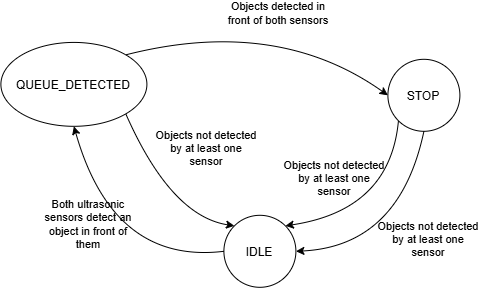
This is traffic-congestion-prevention/docs/TrafficCongestionPreventionFSMDiagram.drawio.png from jsoria4/Smart-Campus-Parking-System, a draw.io export, as it was before one commit. Source tidied: cells renumbered, new cells last; positions are measured from the earlier drawing's top-left corner, leaving out a move shared by most shapes. Its diagram source:
```xml
<mxGraphModel background="light-dark(#FFFFFF,#FFFFFF)">
  <root>
    <mxCell id="0" />
    <mxCell id="1" parent="0" />
    <mxCell id="2" value="&lt;span style=&quot;color: light-dark(rgb(0, 0, 0), rgb(0, 0, 0));&quot;&gt;IDLE&lt;/span&gt;" style="ellipse;whiteSpace=wrap;html=1;shapeInside=1;fillColor=none;fillStyle=solid;strokeColor=light-dark(#000000,#000000);strokeWidth=1;" parent="1" vertex="1">
      <mxGeometry x="223" y="199" width="72" height="72" as="geometry" />
    </mxCell>
    <mxCell id="3" value="&lt;span style=&quot;color: light-dark(rgb(0, 0, 0), rgb(0, 0, 0));&quot;&gt;STOP&lt;/span&gt;" style="ellipse;whiteSpace=wrap;html=1;shapeInside=1;fillColor=none;fillStyle=solid;strokeColor=light-dark(#000000,#000000);strokeWidth=1;" parent="1" vertex="1">
      <mxGeometry x="387" y="43" width="72" height="72" as="geometry" />
    </mxCell>
    <mxCell id="4" value="&lt;span style=&quot;color: light-dark(rgb(0, 0, 0), rgb(0, 0, 0));&quot;&gt;QUEUE_DETECTED&lt;/span&gt;" style="ellipse;whiteSpace=wrap;html=1;shapeInside=1;fillColor=none;fillStyle=solid;strokeColor=light-dark(#000000,#000000);strokeWidth=1;" parent="1" vertex="1">
      <mxGeometry y="26.1" width="146" height="83.9" as="geometry" />
    </mxCell>
    <mxCell id="5" style="curved=1;endArrow=classic;html=1;rounded=0;exitX=0;exitY=0.5;exitDx=0;exitDy=0;strokeColor=light-dark(#000000,#000000);entryX=0.5;entryY=1;entryDx=0;entryDy=0;" parent="1" edge="1" source="2" target="4">
      <mxGeometry relative="1" as="geometry">
        <Array as="points">
          <mxPoint x="112.1" y="248.2" />
        </Array>
      </mxGeometry>
    </mxCell>
    <mxCell id="6" value="Both ultrasonic sensors detect an object in front of them" style="edgeLabel;html=1;align=center;verticalAlign=middle;labelBackgroundColor=none;fontColor=light-dark(#000000,#000000);whiteSpace=wrap;labelWidth=100;" parent="5" vertex="1">
      <mxGeometry x="0.29" y="-10" relative="1" as="geometry">
        <mxPoint x="-20" y="13" as="offset" />
      </mxGeometry>
    </mxCell>
    <mxCell id="7" style="curved=1;endArrow=classic;html=1;rounded=0;exitX=1;exitY=0;exitDx=0;exitDy=0;entryX=0;entryY=0.5;entryDx=0;entryDy=0;strokeColor=light-dark(#000000,#000000);" parent="1" edge="1" source="4" target="3">
      <mxGeometry relative="1" as="geometry">
        <Array as="points">
          <mxPoint x="275.9" />
        </Array>
      </mxGeometry>
    </mxCell>
    <mxCell id="8" value="Objects detected in front of both sensors" style="edgeLabel;html=1;align=center;verticalAlign=middle;whiteSpace=wrap;labelWidth=100;labelBackgroundColor=none;fontColor=light-dark(#000000,#000000);" parent="7" vertex="1">
      <mxGeometry x="0.01" y="-5" relative="1" as="geometry">
        <mxPoint x="9" y="-11" as="offset" />
      </mxGeometry>
    </mxCell>
    <mxCell id="9" style="curved=1;endArrow=classic;html=1;rounded=0;exitX=0.5;exitY=1;exitDx=0;exitDy=0;entryX=1;entryY=0.5;entryDx=0;entryDy=0;fontColor=light-dark(#000000,#000000);strokeColor=light-dark(#000000,#000000);" parent="1" edge="1" source="3" target="2">
      <mxGeometry relative="1" as="geometry">
        <Array as="points">
          <mxPoint x="398.5" y="230" />
        </Array>
      </mxGeometry>
    </mxCell>
    <mxCell id="10" value="&lt;span style=&quot;color: light-dark(rgb(0, 0, 0), rgb(0, 0, 0));&quot;&gt;Objects not detected by at least one sensor&lt;/span&gt;" style="edgeLabel;html=1;align=center;verticalAlign=middle;labelBackgroundColor=none;whiteSpace=wrap;labelWidth=100;" parent="9" vertex="1">
      <mxGeometry x="-0.24" y="-13" relative="1" as="geometry">
        <mxPoint x="35" y="28" as="offset" />
      </mxGeometry>
    </mxCell>
    <mxCell id="11" style="curved=1;endArrow=classic;html=1;rounded=0;strokeColor=light-dark(#000000,#000000);exitX=1;exitY=1;exitDx=0;exitDy=0;entryX=0;entryY=0;entryDx=0;entryDy=0;" parent="1" edge="1" source="4" target="2">
      <mxGeometry relative="1" as="geometry">
        <Array as="points">
          <mxPoint x="170" y="200" />
        </Array>
      </mxGeometry>
    </mxCell>
    <mxCell id="12" value="&lt;span style=&quot;white-space: normal;&quot;&gt;Objects not detected by at least one sensor&lt;/span&gt;" style="edgeLabel;html=1;align=center;verticalAlign=middle;labelBackgroundColor=none;fontColor=light-dark(#000000,#000000);whiteSpace=wrap;labelWidth=100;" parent="11" vertex="1">
      <mxGeometry x="-0.03" y="-6" relative="1" as="geometry">
        <mxPoint x="52" y="-47" as="offset" />
      </mxGeometry>
    </mxCell>
    <mxCell id="13" style="curved=1;endArrow=classic;html=1;rounded=0;strokeColor=light-dark(#000000,#000000);exitX=0;exitY=1;exitDx=0;exitDy=0;entryX=1;entryY=0;entryDx=0;entryDy=0;labelWidth=100;labelBackgroundColor=none;" parent="1" edge="1" source="3" target="2">
      <mxGeometry relative="1" as="geometry">
        <Array as="points">
          <mxPoint x="389.2" y="193.9" />
        </Array>
      </mxGeometry>
    </mxCell>
    <mxCell id="14" value="&lt;span style=&quot;white-space: normal;&quot;&gt;Objects not detected by at least one sensor&lt;/span&gt;" style="edgeLabel;html=1;align=center;verticalAlign=middle;labelBackgroundColor=none;fontColor=light-dark(#000000,#000000);whiteSpace=wrap;labelWidth=100;" parent="13" vertex="1">
      <mxGeometry x="-0.3" y="-5" relative="1" as="geometry">
        <mxPoint x="-53" y="-11" as="offset" />
      </mxGeometry>
    </mxCell>
  </root>
</mxGraphModel>
```
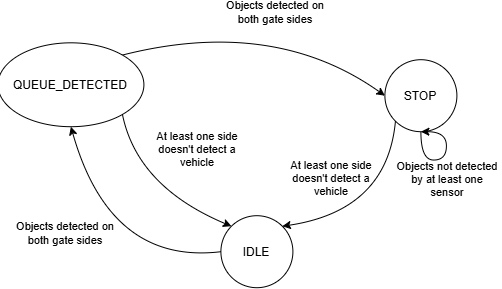
Above is the later version.

Commit message:
Updated Traffic congestion prevention unit to use breaker beams (#13)

The edit, as a diff of the source:
```diff
@@ -18,9 +18,9 @@
         </Array>
       </mxGeometry>
     </mxCell>
-    <mxCell id="6" value="Both ultrasonic sensors detect an object in front of them" style="edgeLabel;html=1;align=center;verticalAlign=middle;labelBackgroundColor=none;fontColor=light-dark(#000000,#000000);whiteSpace=wrap;labelWidth=100;" parent="5" vertex="1">
+    <mxCell id="6" value="Objects detected on both gate sides" style="edgeLabel;html=1;align=center;verticalAlign=middle;labelBackgroundColor=none;fontColor=light-dark(#000000,#000000);whiteSpace=wrap;labelWidth=100;" parent="5" vertex="1">
       <mxGeometry x="0.29" y="-10" relative="1" as="geometry">
-        <mxPoint x="-20" y="13" as="offset" />
+        <mxPoint x="-40" y="22" as="offset" />
       </mxGeometry>
     </mxCell>
     <mxCell id="7" style="curved=1;endArrow=classic;html=1;rounded=0;exitX=1;exitY=0;exitDx=0;exitDy=0;entryX=0;entryY=0.5;entryDx=0;entryDy=0;strokeColor=light-dark(#000000,#000000);" parent="1" edge="1" source="4" target="3">
@@ -30,31 +30,33 @@
         </Array>
       </mxGeometry>
     </mxCell>
-    <mxCell id="8" value="Objects detected in front of both sensors" style="edgeLabel;html=1;align=center;verticalAlign=middle;whiteSpace=wrap;labelWidth=100;labelBackgroundColor=none;fontColor=light-dark(#000000,#000000);" parent="7" vertex="1">
+    <mxCell id="8" value="Objects detected on both gate sides" style="edgeLabel;html=1;align=center;verticalAlign=middle;whiteSpace=wrap;labelWidth=100;labelBackgroundColor=none;fontColor=light-dark(#000000,#000000);" parent="7" vertex="1">
       <mxGeometry x="0.01" y="-5" relative="1" as="geometry">
         <mxPoint x="9" y="-11" as="offset" />
       </mxGeometry>
     </mxCell>
-    <mxCell id="9" style="curved=1;endArrow=classic;html=1;rounded=0;exitX=0.5;exitY=1;exitDx=0;exitDy=0;entryX=1;entryY=0.5;entryDx=0;entryDy=0;fontColor=light-dark(#000000,#000000);strokeColor=light-dark(#000000,#000000);" parent="1" edge="1" source="3" target="2">
+    <mxCell id="9" style="curved=1;endArrow=classic;html=1;rounded=0;exitX=0.5;exitY=1;exitDx=0;exitDy=0;fontColor=light-dark(#000000,#000000);strokeColor=light-dark(#000000,#000000);entryX=0.5;entryY=1;entryDx=0;entryDy=0;edgeStyle=orthogonalEdgeStyle;innerLoopWaypoints=1;" parent="1" edge="1" source="3" target="3">
       <mxGeometry relative="1" as="geometry">
         <Array as="points">
-          <mxPoint x="398.5" y="230" />
+          <mxPoint x="423" y="143.3" />
+          <mxPoint x="448.5" y="143.3" />
+          <mxPoint x="448.5" y="115" />
         </Array>
       </mxGeometry>
     </mxCell>
     <mxCell id="10" value="&lt;span style=&quot;color: light-dark(rgb(0, 0, 0), rgb(0, 0, 0));&quot;&gt;Objects not detected by at least one sensor&lt;/span&gt;" style="edgeLabel;html=1;align=center;verticalAlign=middle;labelBackgroundColor=none;whiteSpace=wrap;labelWidth=100;" parent="9" vertex="1">
       <mxGeometry x="-0.24" y="-13" relative="1" as="geometry">
-        <mxPoint x="35" y="28" as="offset" />
+        <mxPoint x="14" y="6" as="offset" />
       </mxGeometry>
     </mxCell>
     <mxCell id="11" style="curved=1;endArrow=classic;html=1;rounded=0;strokeColor=light-dark(#000000,#000000);exitX=1;exitY=1;exitDx=0;exitDy=0;entryX=0;entryY=0;entryDx=0;entryDy=0;" parent="1" edge="1" source="4" target="2">
       <mxGeometry relative="1" as="geometry">
         <Array as="points">
-          <mxPoint x="170" y="200" />
+          <mxPoint x="139.3" y="170" />
         </Array>
       </mxGeometry>
     </mxCell>
-    <mxCell id="12" value="&lt;span style=&quot;white-space: normal;&quot;&gt;Objects not detected by at least one sensor&lt;/span&gt;" style="edgeLabel;html=1;align=center;verticalAlign=middle;labelBackgroundColor=none;fontColor=light-dark(#000000,#000000);whiteSpace=wrap;labelWidth=100;" parent="11" vertex="1">
+    <mxCell id="12" value="&lt;span style=&quot;white-space: normal;&quot;&gt;At least one side doesn't detect a vehicle&lt;/span&gt;" style="edgeLabel;html=1;align=center;verticalAlign=middle;labelBackgroundColor=none;fontColor=light-dark(#000000,#000000);whiteSpace=wrap;labelWidth=100;" parent="11" vertex="1">
       <mxGeometry x="-0.03" y="-6" relative="1" as="geometry">
         <mxPoint x="52" y="-47" as="offset" />
       </mxGeometry>
@@ -66,7 +68,7 @@
         </Array>
       </mxGeometry>
     </mxCell>
-    <mxCell id="14" value="&lt;span style=&quot;white-space: normal;&quot;&gt;Objects not detected by at least one sensor&lt;/span&gt;" style="edgeLabel;html=1;align=center;verticalAlign=middle;labelBackgroundColor=none;fontColor=light-dark(#000000,#000000);whiteSpace=wrap;labelWidth=100;" parent="13" vertex="1">
+    <mxCell id="14" value="At least one side doesn't detect a vehicle" style="edgeLabel;html=1;align=center;verticalAlign=middle;labelBackgroundColor=none;fontColor=light-dark(#000000,#000000);whiteSpace=wrap;labelWidth=100;" parent="13" vertex="1">
       <mxGeometry x="-0.3" y="-5" relative="1" as="geometry">
         <mxPoint x="-53" y="-11" as="offset" />
       </mxGeometry>
```
